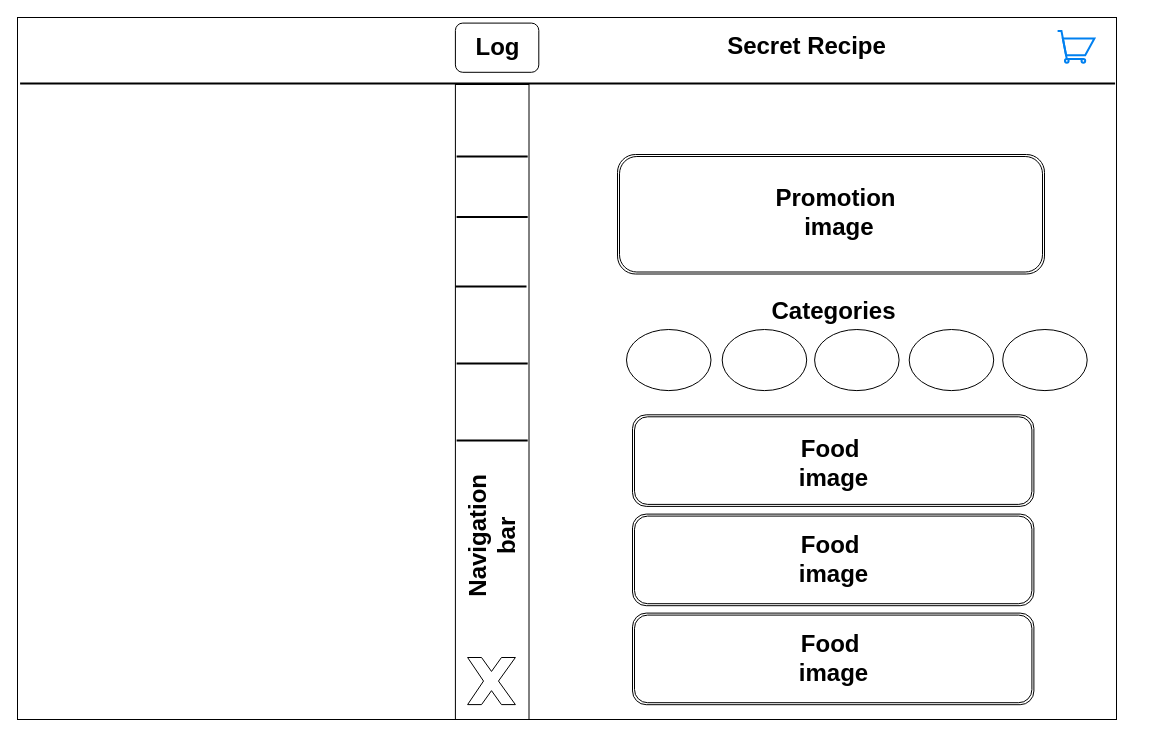
This is Untitled Diagram.drawio from VisualGitCode/VisualGitCode.github.io, a draw.io file, before an edit. Source tidied: cells renumbered, new cells numbered last; positions are measured from the earlier drawing's top-left corner, leaving out a move shared by most shapes. Both pictures are drawn from the tidied source at 100%, with x=0, y=0 at pixel (17, 17).
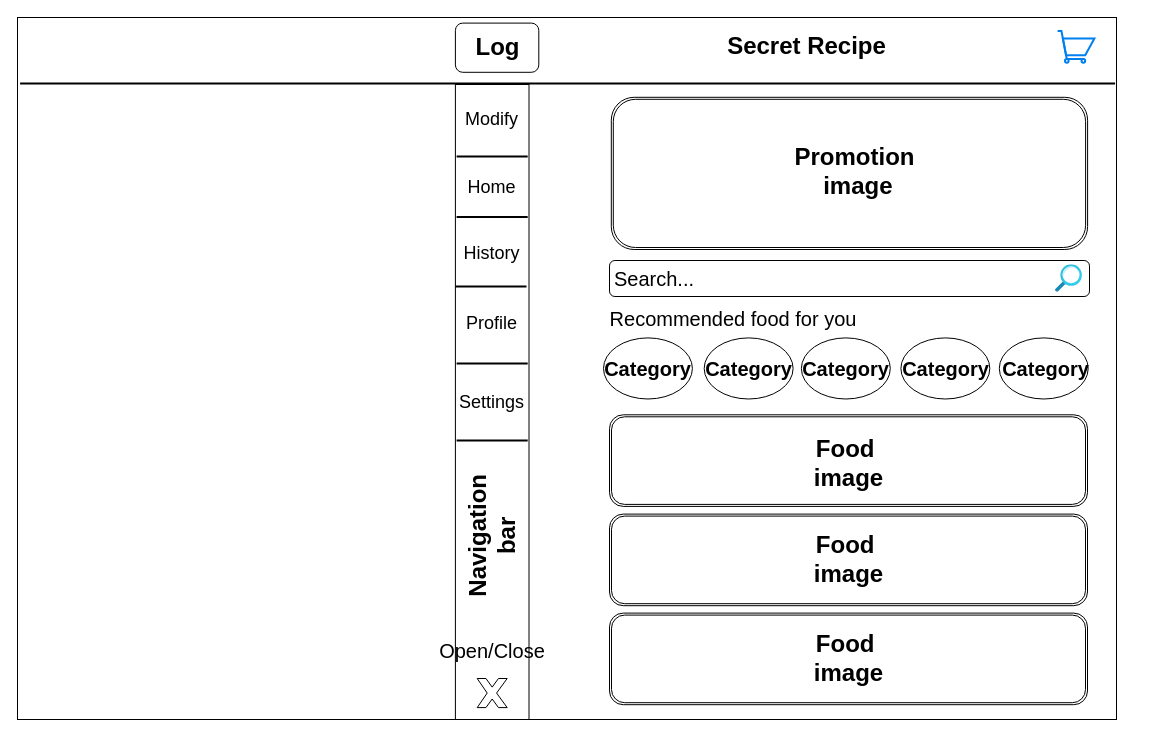
After the change.

Unchanged cells that the change refers to:
```xml
<mxCell id="17" style="group;" parent="2" vertex="1">
  <mxGeometry x="437.9" y="67" width="106.1" height="635" as="geometry" />
</mxCell>
```

Diff of the diagram source:
```diff
@@
     <mxCell id="2" style="group;" parent="1" vertex="1">
-      <mxGeometry width="1099" height="702" as="geometry" />
+      <mxGeometry width="1115" height="702" as="geometry" />
     </mxCell>
@@
     <mxCell id="6" style="group;" parent="2" vertex="1">
-      <mxGeometry x="615" y="397.3" width="401.4" height="289.8" as="geometry" />
+      <mxGeometry x="592" y="397.3" width="478" height="289.8" as="geometry" />
     </mxCell>
     <mxCell id="7" style="group;" parent="6" vertex="1">
-      <mxGeometry width="401.4" height="289.8" as="geometry" />
+      <mxGeometry width="478" height="289.8" as="geometry" />
     </mxCell>
     <mxCell id="8" style="shape=ext;double=1;rounded=1;whiteSpace=wrap;html=1;" parent="7" vertex="1">
-      <mxGeometry width="401.4" height="91.6" as="geometry" />
+      <mxGeometry width="478" height="91.6" as="geometry" />
     </mxCell>
     <mxCell id="9" style="shape=ext;double=1;rounded=1;whiteSpace=wrap;html=1;" parent="7" vertex="1">
-      <mxGeometry y="99.3" width="401.4" height="91.6" as="geometry" />
+      <mxGeometry y="99.3" width="478" height="91.6" as="geometry" />
     </mxCell>
     <mxCell id="10" style="shape=ext;double=1;rounded=1;whiteSpace=wrap;html=1;" parent="7" vertex="1">
-      <mxGeometry y="198.3" width="401.4" height="91.6" as="geometry" />
+      <mxGeometry y="198.3" width="478" height="91.6" as="geometry" />
     </mxCell>
     <mxCell id="11" value="Food&amp;nbsp;&lt;div&gt;image&lt;/div&gt;" style="text;strokeColor=none;fillColor=none;html=1;fontSize=24;fontStyle=1;verticalAlign=middle;align=center;" parent="7" vertex="1">
-      <mxGeometry x="62.3" y="27.7" width="276.9" height="41" as="geometry" />
+      <mxGeometry x="74.2" y="27.7" width="329.7" height="41" as="geometry" />
     </mxCell>
     <mxCell id="12" value="Food&amp;nbsp;&lt;div&gt;image&lt;/div&gt;" style="text;strokeColor=none;fillColor=none;html=1;fontSize=24;fontStyle=1;verticalAlign=middle;align=center;" parent="7" vertex="1">
-      <mxGeometry x="62.3" y="124.4" width="276.9" height="41" as="geometry" />
+      <mxGeometry x="74.2" y="124.4" width="329.7" height="41" as="geometry" />
     </mxCell>
     <mxCell id="13" value="Food&amp;nbsp;&lt;div&gt;image&lt;/div&gt;" style="text;strokeColor=none;fillColor=none;html=1;fontSize=24;fontStyle=1;verticalAlign=middle;align=center;" parent="7" vertex="1">
-      <mxGeometry x="62.3" y="223.5" width="276.9" height="41" as="geometry" />
+      <mxGeometry x="74.2" y="223.5" width="329.7" height="41" as="geometry" />
     </mxCell>
     <mxCell id="14" style="group;" parent="2" vertex="1">
-      <mxGeometry x="567" y="123" width="502.9" height="133.5" as="geometry" />
+      <mxGeometry x="557" y="62" width="561" height="170" as="geometry" />
     </mxCell>
     <mxCell id="15" style="shape=ext;double=1;rounded=1;whiteSpace=wrap;html=1;" parent="14" vertex="1">
-      <mxGeometry x="33" y="14" width="427" height="119.5" as="geometry" />
+      <mxGeometry x="36.8" y="17.8" width="476.3" height="152.2" as="geometry" />
     </mxCell>
     <mxCell id="16" value="Promotion&lt;div&gt;&amp;nbsp;image&lt;/div&gt;" style="text;strokeColor=none;fillColor=none;html=1;fontSize=24;fontStyle=1;verticalAlign=middle;align=center;" parent="14" vertex="1">
-      <mxGeometry x="133.9" y="54.6" width="235" height="34.7" as="geometry" />
+      <mxGeometry x="149.4" y="69.5" width="262.1" height="44.2" as="geometry" />
     </mxCell>
@@
     <mxCell id="19" style="group;" parent="17" vertex="1">
-      <mxGeometry y="65.7" width="72.4" height="296.4" as="geometry" />
+      <mxGeometry y="65.7" width="88.1" height="296.4" as="geometry" />
     </mxCell>
@@
+    <mxCell id="39" value="Settings" style="text;strokeColor=none;align=center;fillColor=none;html=1;verticalAlign=middle;whiteSpace=wrap;rounded=0;fontSize=18;" parent="17" vertex="1">
+      <mxGeometry x="-19.7" y="291" width="113" height="53" as="geometry" />
+    </mxCell>
+    <mxCell id="40" value="Profile" style="text;strokeColor=none;align=center;fillColor=none;html=1;verticalAlign=middle;whiteSpace=wrap;rounded=0;fontSize=18;" parent="17" vertex="1">
+      <mxGeometry x="-19.7" y="212" width="113" height="53" as="geometry" />
+    </mxCell>
+    <mxCell id="41" value="History" style="text;strokeColor=none;align=center;fillColor=none;html=1;verticalAlign=middle;whiteSpace=wrap;rounded=0;fontSize=18;" parent="17" vertex="1">
+      <mxGeometry x="-19.7" y="142" width="113" height="53" as="geometry" />
+    </mxCell>
+    <mxCell id="42" value="Home" style="text;strokeColor=none;align=center;fillColor=none;html=1;verticalAlign=middle;whiteSpace=wrap;rounded=0;fontSize=18;" parent="17" vertex="1">
+      <mxGeometry x="-19.7" y="76" width="113" height="53" as="geometry" />
+    </mxCell>
+    <mxCell id="43" value="Modify" style="text;strokeColor=none;align=center;fillColor=none;html=1;verticalAlign=middle;whiteSpace=wrap;rounded=0;fontSize=18;" parent="17" vertex="1">
+      <mxGeometry x="-19.7" y="8" width="113" height="53" as="geometry" />
+    </mxCell>
+    <mxCell id="44" value="Open/Close" style="text;strokeColor=none;align=center;fillColor=none;html=1;verticalAlign=middle;whiteSpace=wrap;rounded=0;fontSize=20;" parent="17" vertex="1">
+      <mxGeometry x="6.8" y="551" width="60" height="30" as="geometry" />
+    </mxCell>
-    <mxCell id="26" style="verticalLabelPosition=bottom;verticalAlign=top;html=1;shape=mxgraph.basic.x;" parent="2" vertex="1">
-      <mxGeometry x="450.1" y="640" width="47.8" height="47.1" as="geometry" />
+    <mxCell id="26" style="verticalLabelPosition=bottom;verticalAlign=top;html=1;shape=mxgraph.basic.x;" parent="17" vertex="1">
+      <mxGeometry x="21.8" y="594" width="30" height="29.1" as="geometry" />
     </mxCell>
@@
-    <mxCell id="31" value="Categories" style="text;strokeColor=none;fillColor=none;html=1;fontSize=24;fontStyle=1;verticalAlign=middle;align=center;" parent="2" vertex="1">
-      <mxGeometry x="754.4" y="277" width="122.7" height="33" as="geometry" />
-    </mxCell>
     <mxCell id="32" style="group;" parent="2" vertex="1">
-      <mxGeometry x="609" y="312" width="460.7" height="61.1" as="geometry" />
+      <mxGeometry x="586" y="320.4" width="484.7" height="61.1" as="geometry" />
     </mxCell>
     <mxCell id="33" style="group;" parent="32" vertex="1">
-      <mxGeometry width="460.7" height="61.1" as="geometry" />
+      <mxGeometry width="484.7" height="61.1" as="geometry" />
     </mxCell>
     <mxCell id="34" style="ellipse;whiteSpace=wrap;html=1;" parent="33" vertex="1">
-      <mxGeometry width="84.5" height="61.1" as="geometry" />
+      <mxGeometry width="88.9" height="61.1" as="geometry" />
     </mxCell>
     <mxCell id="35" style="ellipse;whiteSpace=wrap;html=1;" parent="33" vertex="1">
-      <mxGeometry x="188.1" width="84.5" height="61.1" as="geometry" />
+      <mxGeometry x="197.9" width="88.9" height="61.1" as="geometry" />
     </mxCell>
     <mxCell id="36" style="ellipse;whiteSpace=wrap;html=1;" parent="33" vertex="1">
-      <mxGeometry x="282.7" width="84.5" height="61.1" as="geometry" />
+      <mxGeometry x="297.4" width="88.9" height="61.1" as="geometry" />
     </mxCell>
     <mxCell id="37" style="ellipse;whiteSpace=wrap;html=1;" parent="33" vertex="1">
-      <mxGeometry x="95.7" width="84.5" height="61.1" as="geometry" />
+      <mxGeometry x="100.7" width="88.9" height="61.1" as="geometry" />
     </mxCell>
     <mxCell id="38" style="ellipse;whiteSpace=wrap;html=1;" parent="33" vertex="1">
-      <mxGeometry x="376.2" width="84.5" height="61.1" as="geometry" />
+      <mxGeometry x="395.8" width="88.9" height="61.1" as="geometry" />
     </mxCell>
+    <mxCell id="31" value="Category" style="text;strokeColor=none;fillColor=none;html=1;fontSize=20;fontStyle=1;verticalAlign=middle;align=center;" parent="33" vertex="1">
+      <mxGeometry x="181" y="14.1" width="122.7" height="33" as="geometry" />
+    </mxCell>
+    <mxCell id="45" value="Category" style="text;strokeColor=none;fillColor=none;html=1;fontSize=20;fontStyle=1;verticalAlign=middle;align=center;" parent="33" vertex="1">
+      <mxGeometry x="381" y="14.1" width="122.7" height="33" as="geometry" />
+    </mxCell>
+    <mxCell id="46" value="Category" style="text;strokeColor=none;fillColor=none;html=1;fontSize=20;fontStyle=1;verticalAlign=middle;align=center;" parent="33" vertex="1">
+      <mxGeometry x="280.6" y="14.1" width="122.7" height="33" as="geometry" />
+    </mxCell>
+    <mxCell id="47" value="Category" style="text;strokeColor=none;fillColor=none;html=1;fontSize=20;fontStyle=1;verticalAlign=middle;align=center;" parent="33" vertex="1">
+      <mxGeometry x="83.8" y="14.1" width="122.7" height="33" as="geometry" />
+    </mxCell>
+    <mxCell id="48" value="Category" style="text;strokeColor=none;fillColor=none;html=1;fontSize=20;fontStyle=1;verticalAlign=middle;align=center;" parent="33" vertex="1">
+      <mxGeometry x="-16.9" y="14.1" width="122.7" height="33" as="geometry" />
+    </mxCell>
+    <mxCell id="49" style="group;" parent="2" vertex="1">
+      <mxGeometry x="592" y="243" width="480" height="36" as="geometry" />
+    </mxCell>
+    <mxCell id="50" style="rounded=1;whiteSpace=wrap;html=1;" parent="49" vertex="1">
+      <mxGeometry width="480" height="36" as="geometry" />
+    </mxCell>
+    <mxCell id="51" value="Search..." style="text;strokeColor=none;align=center;fillColor=none;html=1;verticalAlign=middle;whiteSpace=wrap;rounded=0;fontSize=20;" parent="49" vertex="1">
+      <mxGeometry x="15" y="3" width="60" height="30" as="geometry" />
+    </mxCell>
+    <mxCell id="52" style="image;html=1;align=center;fontSize=12;image=img/lib/azure2/general/Search.svg;" parent="49" vertex="1">
+      <mxGeometry x="446" y="4.3" width="27" height="27.4" as="geometry" />
+    </mxCell>
+    <mxCell id="53" value="&lt;div style=&quot;font-size: 20px;&quot;&gt;Recommended food for you&lt;br style=&quot;font-size: 20px;&quot;&gt;&lt;/div&gt;" style="text;strokeColor=none;align=center;fillColor=none;html=1;verticalAlign=middle;whiteSpace=wrap;rounded=0;fontSize=20;" parent="2" vertex="1">
+      <mxGeometry x="567" y="286" width="298" height="30" as="geometry" />
+    </mxCell>
```
